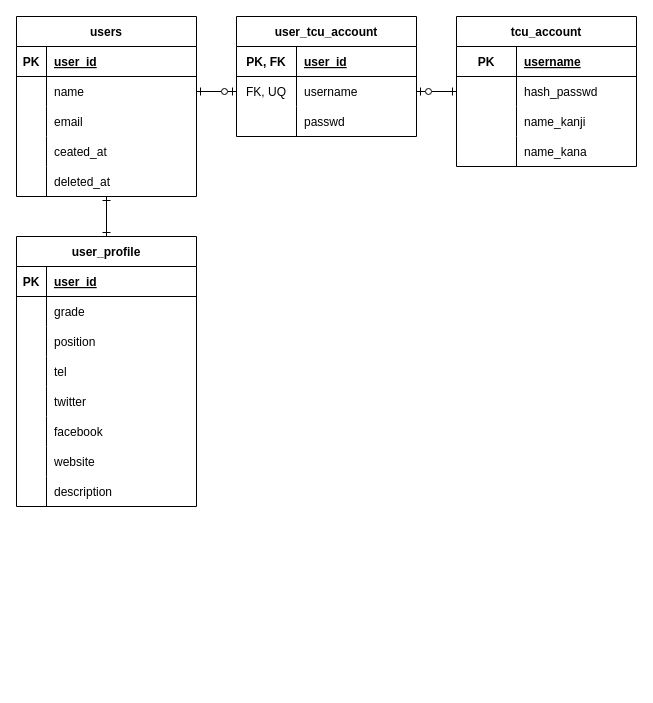
Before: db/er_user.drawio in ta1fukawa/lab-portal, a draw.io diagram. Source tidied: cells renumbered, new cells numbered last; positions are measured from the earlier drawing's top-left corner, leaving out a move shared by most shapes. Both pictures are drawn from the tidied source at 100%, with x=0, y=0 at pixel (16, 16).
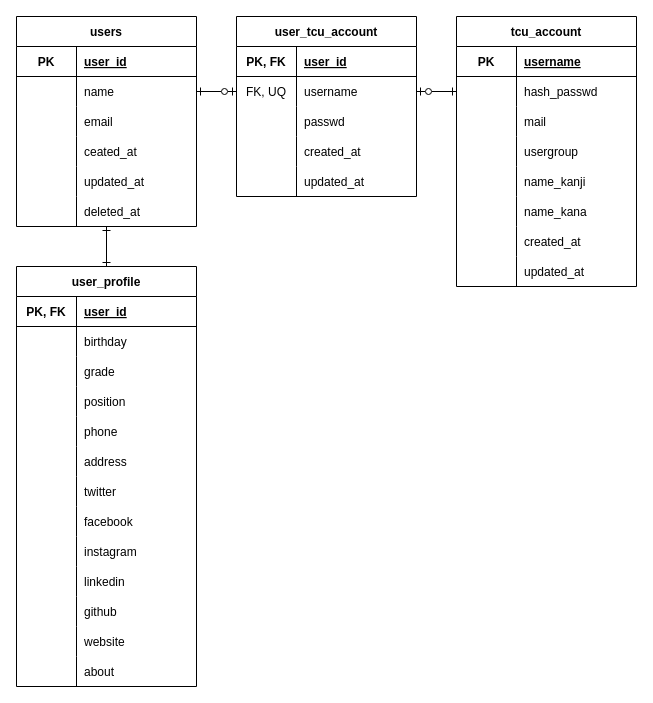
The same diagram, later.

Unchanged cells that the change refers to:
```xml
<mxCell id="4" style="shape=partialRectangle;fillColor=none;top=0;left=0;bottom=1;right=0;" parent="3" vertex="1">
  <mxGeometry y="30" width="180" height="30" as="geometry" />
</mxCell>
<mxCell id="7" style="shape=partialRectangle;fillColor=none;top=0;left=0;bottom=0;right=0;points=[[0,0.5],[1,0.5]];portConstraint=eastwest;" parent="3" vertex="1">
  <mxGeometry y="60" width="180" height="30" as="geometry" />
</mxCell>
<mxCell id="10" style="shape=partialRectangle;fillColor=none;top=0;left=0;bottom=0;right=0;" parent="3" vertex="1">
  <mxGeometry y="90" width="180" height="30" as="geometry" />
</mxCell>
<mxCell id="13" style="shape=partialRectangle;fillColor=none;top=0;left=0;bottom=0;right=0;" parent="3" vertex="1">
  <mxGeometry y="120" width="180" height="30" as="geometry" />
</mxCell>
<mxCell id="45" style="shape=partialRectangle;fillColor=none;top=0;left=0;bottom=1;right=0;" parent="44" vertex="1">
  <mxGeometry y="30" width="180" height="30" as="geometry" />
</mxCell>
```

The edit, as a diff of the source:
```diff
@@
     <mxCell id="3" value="users" style="shape=table;startSize=30;childLayout=tableLayout;rowLines=0;fontStyle=1;align=center;" parent="1" vertex="1">
-      <mxGeometry width="180" height="180" as="geometry" />
+      <mxGeometry width="180" height="210" as="geometry" />
     </mxCell>
@@
     <mxCell id="5" value="PK" style="shape=partialRectangle;fillColor=none;top=0;left=0;bottom=0;right=0;fontStyle=1;overflow=hidden;" parent="4" vertex="1">
-      <mxGeometry width="30" height="30" as="geometry" />
+      <mxGeometry width="60" height="30" as="geometry" />
     </mxCell>
     <mxCell id="6" value="user_id" style="shape=partialRectangle;fillColor=none;top=0;left=0;bottom=0;right=0;align=left;spacingLeft=6;fontStyle=5;overflow=hidden;" parent="4" vertex="1">
-      <mxGeometry x="30" width="150" height="30" as="geometry" />
+      <mxGeometry x="60" width="120" height="30" as="geometry" />
     </mxCell>
@@
     <mxCell id="8" style="shape=partialRectangle;fillColor=none;top=0;left=0;bottom=0;right=0;overflow=hidden;" parent="7" vertex="1">
-      <mxGeometry width="30" height="30" as="geometry" />
+      <mxGeometry width="60" height="30" as="geometry" />
     </mxCell>
     <mxCell id="9" value="name" style="shape=partialRectangle;fillColor=none;top=0;left=0;bottom=0;right=0;align=left;spacingLeft=6;overflow=hidden;" parent="7" vertex="1">
-      <mxGeometry x="30" width="150" height="30" as="geometry" />
+      <mxGeometry x="60" width="120" height="30" as="geometry" />
     </mxCell>
@@
     <mxCell id="11" style="shape=partialRectangle;fillColor=none;top=0;left=0;bottom=0;right=0;overflow=hidden;" parent="10" vertex="1">
-      <mxGeometry width="30" height="30" as="geometry" />
+      <mxGeometry width="60" height="30" as="geometry" />
     </mxCell>
     <mxCell id="12" value="email" style="shape=partialRectangle;fillColor=none;top=0;left=0;bottom=0;right=0;align=left;spacingLeft=6;overflow=hidden;" parent="10" vertex="1">
-      <mxGeometry x="30" width="150" height="30" as="geometry" />
+      <mxGeometry x="60" width="120" height="30" as="geometry" />
     </mxCell>
@@
     <mxCell id="14" style="shape=partialRectangle;fillColor=none;top=0;left=0;bottom=0;right=0;overflow=hidden;" parent="13" vertex="1">
-      <mxGeometry width="30" height="30" as="geometry" />
+      <mxGeometry width="60" height="30" as="geometry" />
     </mxCell>
     <mxCell id="15" value="ceated_at" style="shape=partialRectangle;fillColor=none;top=0;left=0;bottom=0;right=0;align=left;spacingLeft=6;overflow=hidden;" parent="13" vertex="1">
-      <mxGeometry x="30" width="150" height="30" as="geometry" />
+      <mxGeometry x="60" width="120" height="30" as="geometry" />
     </mxCell>
+    <mxCell id="69" style="shape=partialRectangle;fillColor=none;top=0;left=0;bottom=0;right=0;" parent="3" vertex="1">
+      <mxGeometry y="150" width="180" height="30" as="geometry" />
+    </mxCell>
+    <mxCell id="70" style="shape=partialRectangle;fillColor=none;top=0;left=0;bottom=0;right=0;overflow=hidden;" parent="69" vertex="1">
+      <mxGeometry width="60" height="30" as="geometry" />
+    </mxCell>
+    <mxCell id="71" value="updated_at" style="shape=partialRectangle;fillColor=none;top=0;left=0;bottom=0;right=0;align=left;spacingLeft=6;overflow=hidden;" parent="69" vertex="1">
+      <mxGeometry x="60" width="120" height="30" as="geometry" />
+    </mxCell>
     <mxCell id="16" style="shape=partialRectangle;fillColor=none;top=0;left=0;bottom=0;right=0;" parent="3" vertex="1">
-      <mxGeometry y="150" width="180" height="30" as="geometry" />
+      <mxGeometry y="180" width="180" height="30" as="geometry" />
     </mxCell>
     <mxCell id="17" style="shape=partialRectangle;fillColor=none;top=0;left=0;bottom=0;right=0;overflow=hidden;" parent="16" vertex="1">
-      <mxGeometry width="30" height="30" as="geometry" />
+      <mxGeometry width="60" height="30" as="geometry" />
     </mxCell>
     <mxCell id="18" value="deleted_at" style="shape=partialRectangle;fillColor=none;top=0;left=0;bottom=0;right=0;align=left;spacingLeft=6;overflow=hidden;" parent="16" vertex="1">
-      <mxGeometry x="30" width="150" height="30" as="geometry" />
+      <mxGeometry x="60" width="120" height="30" as="geometry" />
     </mxCell>
     <mxCell id="19" value="user_tcu_account" style="shape=table;startSize=30;childLayout=tableLayout;rowLines=0;fontStyle=1;align=center;" parent="1" vertex="1">
-      <mxGeometry x="220" width="180" height="120" as="geometry" />
+      <mxGeometry x="220" width="180" height="180" as="geometry" />
     </mxCell>
@@
+    <mxCell id="72" style="shape=partialRectangle;fillColor=none;top=0;left=0;bottom=0;right=0;" parent="19" vertex="1">
+      <mxGeometry y="120" width="180" height="30" as="geometry" />
+    </mxCell>
+    <mxCell id="73" style="shape=partialRectangle;fillColor=none;top=0;left=0;bottom=0;right=0;overflow=hidden;" parent="72" vertex="1">
+      <mxGeometry width="60" height="30" as="geometry" />
+    </mxCell>
+    <mxCell id="74" value="created_at" style="shape=partialRectangle;fillColor=none;top=0;left=0;bottom=0;right=0;align=left;spacingLeft=6;overflow=hidden;" parent="72" vertex="1">
+      <mxGeometry x="60" width="120" height="30" as="geometry" />
+    </mxCell>
+    <mxCell id="75" style="shape=partialRectangle;fillColor=none;top=0;left=0;bottom=0;right=0;" parent="19" vertex="1">
+      <mxGeometry y="150" width="180" height="30" as="geometry" />
+    </mxCell>
+    <mxCell id="76" style="shape=partialRectangle;fillColor=none;top=0;left=0;bottom=0;right=0;overflow=hidden;" parent="75" vertex="1">
+      <mxGeometry width="60" height="30" as="geometry" />
+    </mxCell>
+    <mxCell id="77" value="updated_at" style="shape=partialRectangle;fillColor=none;top=0;left=0;bottom=0;right=0;align=left;spacingLeft=6;overflow=hidden;" parent="75" vertex="1">
+      <mxGeometry x="60" width="120" height="30" as="geometry" />
+    </mxCell>
@@
     <mxCell id="30" value="tcu_account" style="shape=table;startSize=30;childLayout=tableLayout;rowLines=0;fontStyle=1;align=center;" parent="1" vertex="1">
-      <mxGeometry x="440" width="180" height="150" as="geometry" />
+      <mxGeometry x="440" width="180" height="270" as="geometry" />
     </mxCell>
@@
+    <mxCell id="78" style="shape=partialRectangle;fillColor=none;top=0;left=0;bottom=0;right=0;" parent="30" vertex="1">
+      <mxGeometry y="90" width="180" height="30" as="geometry" />
+    </mxCell>
+    <mxCell id="79" style="shape=partialRectangle;fillColor=none;top=0;left=0;bottom=0;right=0;overflow=hidden;" parent="78" vertex="1">
+      <mxGeometry width="60" height="30" as="geometry" />
+    </mxCell>
+    <mxCell id="80" value="mail" style="shape=partialRectangle;fillColor=none;top=0;left=0;bottom=0;right=0;align=left;spacingLeft=6;overflow=hidden;" parent="78" vertex="1">
+      <mxGeometry x="60" width="120" height="30" as="geometry" />
+    </mxCell>
+    <mxCell id="81" style="shape=partialRectangle;fillColor=none;top=0;left=0;bottom=0;right=0;" parent="30" vertex="1">
+      <mxGeometry y="120" width="180" height="30" as="geometry" />
+    </mxCell>
+    <mxCell id="82" style="shape=partialRectangle;fillColor=none;top=0;left=0;bottom=0;right=0;overflow=hidden;" parent="81" vertex="1">
+      <mxGeometry width="60" height="30" as="geometry" />
+    </mxCell>
+    <mxCell id="83" value="usergroup" style="shape=partialRectangle;fillColor=none;top=0;left=0;bottom=0;right=0;align=left;spacingLeft=6;overflow=hidden;" parent="81" vertex="1">
+      <mxGeometry x="60" width="120" height="30" as="geometry" />
+    </mxCell>
     <mxCell id="37" style="shape=partialRectangle;fillColor=none;top=0;left=0;bottom=0;right=0;" parent="30" vertex="1">
-      <mxGeometry y="90" width="180" height="30" as="geometry" />
+      <mxGeometry y="150" width="180" height="30" as="geometry" />
     </mxCell>
@@
     <mxCell id="40" style="shape=partialRectangle;fillColor=none;top=0;left=0;bottom=0;right=0;" parent="30" vertex="1">
-      <mxGeometry y="120" width="180" height="30" as="geometry" />
+      <mxGeometry y="180" width="180" height="30" as="geometry" />
     </mxCell>
@@
+    <mxCell id="84" style="shape=partialRectangle;fillColor=none;top=0;left=0;bottom=0;right=0;" parent="30" vertex="1">
+      <mxGeometry y="210" width="180" height="30" as="geometry" />
+    </mxCell>
+    <mxCell id="85" style="shape=partialRectangle;fillColor=none;top=0;left=0;bottom=0;right=0;overflow=hidden;" parent="84" vertex="1">
+      <mxGeometry width="60" height="30" as="geometry" />
+    </mxCell>
+    <mxCell id="86" value="created_at" style="shape=partialRectangle;fillColor=none;top=0;left=0;bottom=0;right=0;align=left;spacingLeft=6;overflow=hidden;" parent="84" vertex="1">
+      <mxGeometry x="60" width="120" height="30" as="geometry" />
+    </mxCell>
+    <mxCell id="87" style="shape=partialRectangle;fillColor=none;top=0;left=0;bottom=0;right=0;" parent="30" vertex="1">
+      <mxGeometry y="240" width="180" height="30" as="geometry" />
+    </mxCell>
+    <mxCell id="88" style="shape=partialRectangle;fillColor=none;top=0;left=0;bottom=0;right=0;overflow=hidden;" parent="87" vertex="1">
+      <mxGeometry width="60" height="30" as="geometry" />
+    </mxCell>
+    <mxCell id="89" value="updated_at" style="shape=partialRectangle;fillColor=none;top=0;left=0;bottom=0;right=0;align=left;spacingLeft=6;overflow=hidden;" parent="87" vertex="1">
+      <mxGeometry x="60" width="120" height="30" as="geometry" />
+    </mxCell>
@@
     <mxCell id="44" value="user_profile" style="shape=table;startSize=30;childLayout=tableLayout;rowLines=0;fontStyle=1;align=center;" parent="1" vertex="1">
-      <mxGeometry y="220" width="180" height="270" as="geometry" />
+      <mxGeometry y="250" width="180" height="420" as="geometry" />
     </mxCell>
@@
-    <mxCell id="46" value="PK" style="shape=partialRectangle;fillColor=none;top=0;left=0;bottom=0;right=0;fontStyle=1;overflow=hidden;" parent="45" vertex="1">
-      <mxGeometry width="30" height="30" as="geometry" />
+    <mxCell id="46" value="PK, FK" style="shape=partialRectangle;fillColor=none;top=0;left=0;bottom=0;right=0;fontStyle=1;overflow=hidden;" parent="45" vertex="1">
+      <mxGeometry width="60" height="30" as="geometry" />
     </mxCell>
     <mxCell id="47" value="user_id" style="shape=partialRectangle;fillColor=none;top=0;left=0;bottom=0;right=0;align=left;spacingLeft=6;fontStyle=5;overflow=hidden;" parent="45" vertex="1">
-      <mxGeometry x="30" width="150" height="30" as="geometry" />
+      <mxGeometry x="60" width="120" height="30" as="geometry" />
     </mxCell>
+    <mxCell id="90" style="shape=partialRectangle;fillColor=none;top=0;left=0;bottom=0;right=0;" parent="44" vertex="1">
+      <mxGeometry y="60" width="180" height="30" as="geometry" />
+    </mxCell>
+    <mxCell id="91" style="shape=partialRectangle;fillColor=none;top=0;left=0;bottom=0;right=0;overflow=hidden;" parent="90" vertex="1">
+      <mxGeometry width="60" height="30" as="geometry" />
+    </mxCell>
+    <mxCell id="92" value="birthday" style="shape=partialRectangle;fillColor=none;top=0;left=0;bottom=0;right=0;align=left;spacingLeft=6;overflow=hidden;" parent="90" vertex="1">
+      <mxGeometry x="60" width="120" height="30" as="geometry" />
+    </mxCell>
     <mxCell id="48" style="shape=partialRectangle;fillColor=none;top=0;left=0;bottom=0;right=0;" parent="44" vertex="1">
-      <mxGeometry y="60" width="180" height="30" as="geometry" />
+      <mxGeometry y="90" width="180" height="30" as="geometry" />
     </mxCell>
     <mxCell id="49" style="shape=partialRectangle;fillColor=none;top=0;left=0;bottom=0;right=0;overflow=hidden;" parent="48" vertex="1">
-      <mxGeometry width="30" height="30" as="geometry" />
+      <mxGeometry width="60" height="30" as="geometry" />
     </mxCell>
     <mxCell id="50" value="grade" style="shape=partialRectangle;fillColor=none;top=0;left=0;bottom=0;right=0;align=left;spacingLeft=6;overflow=hidden;" parent="48" vertex="1">
-      <mxGeometry x="30" width="150" height="30" as="geometry" />
+      <mxGeometry x="60" width="120" height="30" as="geometry" />
     </mxCell>
     <mxCell id="51" style="shape=partialRectangle;fillColor=none;top=0;left=0;bottom=0;right=0;" parent="44" vertex="1">
-      <mxGeometry y="90" width="180" height="30" as="geometry" />
+      <mxGeometry y="120" width="180" height="30" as="geometry" />
     </mxCell>
     <mxCell id="52" style="shape=partialRectangle;fillColor=none;top=0;left=0;bottom=0;right=0;overflow=hidden;" parent="51" vertex="1">
-      <mxGeometry width="30" height="30" as="geometry" />
+      <mxGeometry width="60" height="30" as="geometry" />
     </mxCell>
     <mxCell id="53" value="position" style="shape=partialRectangle;fillColor=none;top=0;left=0;bottom=0;right=0;align=left;spacingLeft=6;overflow=hidden;" parent="51" vertex="1">
-      <mxGeometry x="30" width="150" height="30" as="geometry" />
+      <mxGeometry x="60" width="120" height="30" as="geometry" />
     </mxCell>
     <mxCell id="54" style="shape=partialRectangle;fillColor=none;top=0;left=0;bottom=0;right=0;" parent="44" vertex="1">
-      <mxGeometry y="120" width="180" height="30" as="geometry" />
+      <mxGeometry y="150" width="180" height="30" as="geometry" />
     </mxCell>
     <mxCell id="55" style="shape=partialRectangle;fillColor=none;top=0;left=0;bottom=0;right=0;overflow=hidden;" parent="54" vertex="1">
-      <mxGeometry width="30" height="30" as="geometry" />
+      <mxGeometry width="60" height="30" as="geometry" />
     </mxCell>
-    <mxCell id="56" value="tel" style="shape=partialRectangle;fillColor=none;top=0;left=0;bottom=0;right=0;align=left;spacingLeft=6;overflow=hidden;" parent="54" vertex="1">
-      <mxGeometry x="30" width="150" height="30" as="geometry" />
+    <mxCell id="56" value="phone" style="shape=partialRectangle;fillColor=none;top=0;left=0;bottom=0;right=0;align=left;spacingLeft=6;overflow=hidden;" parent="54" vertex="1">
+      <mxGeometry x="60" width="120" height="30" as="geometry" />
     </mxCell>
+    <mxCell id="93" style="shape=partialRectangle;fillColor=none;top=0;left=0;bottom=0;right=0;" parent="44" vertex="1">
+      <mxGeometry y="180" width="180" height="30" as="geometry" />
+    </mxCell>
+    <mxCell id="94" style="shape=partialRectangle;fillColor=none;top=0;left=0;bottom=0;right=0;overflow=hidden;" parent="93" vertex="1">
+      <mxGeometry width="60" height="30" as="geometry" />
+    </mxCell>
+    <mxCell id="95" value="address" style="shape=partialRectangle;fillColor=none;top=0;left=0;bottom=0;right=0;align=left;spacingLeft=6;overflow=hidden;" parent="93" vertex="1">
+      <mxGeometry x="60" width="120" height="30" as="geometry" />
+    </mxCell>
     <mxCell id="57" style="shape=partialRectangle;fillColor=none;top=0;left=0;bottom=0;right=0;" parent="44" vertex="1">
-      <mxGeometry y="150" width="180" height="30" as="geometry" />
+      <mxGeometry y="210" width="180" height="30" as="geometry" />
     </mxCell>
     <mxCell id="58" style="shape=partialRectangle;fillColor=none;top=0;left=0;bottom=0;right=0;overflow=hidden;" parent="57" vertex="1">
-      <mxGeometry width="30" height="30" as="geometry" />
+      <mxGeometry width="60" height="30" as="geometry" />
     </mxCell>
     <mxCell id="59" value="twitter" style="shape=partialRectangle;fillColor=none;top=0;left=0;bottom=0;right=0;align=left;spacingLeft=6;overflow=hidden;" parent="57" vertex="1">
-      <mxGeometry x="30" width="150" height="30" as="geometry" />
+      <mxGeometry x="60" width="120" height="30" as="geometry" />
     </mxCell>
     <mxCell id="60" style="shape=partialRectangle;fillColor=none;top=0;left=0;bottom=0;right=0;" parent="44" vertex="1">
-      <mxGeometry y="180" width="180" height="30" as="geometry" />
+      <mxGeometry y="240" width="180" height="30" as="geometry" />
     </mxCell>
     <mxCell id="61" style="shape=partialRectangle;fillColor=none;top=0;left=0;bottom=0;right=0;overflow=hidden;" parent="60" vertex="1">
-      <mxGeometry width="30" height="30" as="geometry" />
+      <mxGeometry width="60" height="30" as="geometry" />
     </mxCell>
     <mxCell id="62" value="facebook" style="shape=partialRectangle;fillColor=none;top=0;left=0;bottom=0;right=0;align=left;spacingLeft=6;overflow=hidden;" parent="60" vertex="1">
-      <mxGeometry x="30" width="150" height="30" as="geometry" />
+      <mxGeometry x="60" width="120" height="30" as="geometry" />
     </mxCell>
+    <mxCell id="96" style="shape=partialRectangle;fillColor=none;top=0;left=0;bottom=0;right=0;" parent="44" vertex="1">
+      <mxGeometry y="270" width="180" height="30" as="geometry" />
+    </mxCell>
+    <mxCell id="97" style="shape=partialRectangle;fillColor=none;top=0;left=0;bottom=0;right=0;overflow=hidden;" parent="96" vertex="1">
+      <mxGeometry width="60" height="30" as="geometry" />
+    </mxCell>
+    <mxCell id="98" value="instagram" style="shape=partialRectangle;fillColor=none;top=0;left=0;bottom=0;right=0;align=left;spacingLeft=6;overflow=hidden;" parent="96" vertex="1">
+      <mxGeometry x="60" width="120" height="30" as="geometry" />
+    </mxCell>
+    <mxCell id="99" style="shape=partialRectangle;fillColor=none;top=0;left=0;bottom=0;right=0;" parent="44" vertex="1">
+      <mxGeometry y="300" width="180" height="30" as="geometry" />
+    </mxCell>
+    <mxCell id="100" style="shape=partialRectangle;fillColor=none;top=0;left=0;bottom=0;right=0;overflow=hidden;" parent="99" vertex="1">
+      <mxGeometry width="60" height="30" as="geometry" />
+    </mxCell>
+    <mxCell id="101" value="linkedin" style="shape=partialRectangle;fillColor=none;top=0;left=0;bottom=0;right=0;align=left;spacingLeft=6;overflow=hidden;" parent="99" vertex="1">
+      <mxGeometry x="60" width="120" height="30" as="geometry" />
+    </mxCell>
+    <mxCell id="102" style="shape=partialRectangle;fillColor=none;top=0;left=0;bottom=0;right=0;" parent="44" vertex="1">
+      <mxGeometry y="330" width="180" height="30" as="geometry" />
+    </mxCell>
+    <mxCell id="103" style="shape=partialRectangle;fillColor=none;top=0;left=0;bottom=0;right=0;overflow=hidden;" parent="102" vertex="1">
+      <mxGeometry width="60" height="30" as="geometry" />
+    </mxCell>
+    <mxCell id="104" value="github" style="shape=partialRectangle;fillColor=none;top=0;left=0;bottom=0;right=0;align=left;spacingLeft=6;overflow=hidden;" parent="102" vertex="1">
+      <mxGeometry x="60" width="120" height="30" as="geometry" />
+    </mxCell>
     <mxCell id="63" style="shape=partialRectangle;fillColor=none;top=0;left=0;bottom=0;right=0;" parent="44" vertex="1">
-      <mxGeometry y="210" width="180" height="30" as="geometry" />
+      <mxGeometry y="360" width="180" height="30" as="geometry" />
     </mxCell>
     <mxCell id="64" style="shape=partialRectangle;fillColor=none;top=0;left=0;bottom=0;right=0;overflow=hidden;" parent="63" vertex="1">
-      <mxGeometry width="30" height="30" as="geometry" />
+      <mxGeometry width="60" height="30" as="geometry" />
     </mxCell>
     <mxCell id="65" value="website" style="shape=partialRectangle;fillColor=none;top=0;left=0;bottom=0;right=0;align=left;spacingLeft=6;overflow=hidden;" parent="63" vertex="1">
-      <mxGeometry x="30" width="150" height="30" as="geometry" />
+      <mxGeometry x="60" width="120" height="30" as="geometry" />
     </mxCell>
     <mxCell id="66" style="shape=partialRectangle;fillColor=none;top=0;left=0;bottom=0;right=0;" parent="44" vertex="1">
-      <mxGeometry y="240" width="180" height="30" as="geometry" />
+      <mxGeometry y="390" width="180" height="30" as="geometry" />
     </mxCell>
     <mxCell id="67" style="shape=partialRectangle;fillColor=none;top=0;left=0;bottom=0;right=0;overflow=hidden;" parent="66" vertex="1">
-      <mxGeometry width="30" height="30" as="geometry" />
+      <mxGeometry width="60" height="30" as="geometry" />
     </mxCell>
-    <mxCell id="68" value="description" style="shape=partialRectangle;fillColor=none;top=0;left=0;bottom=0;right=0;align=left;spacingLeft=6;overflow=hidden;" parent="66" vertex="1">
-      <mxGeometry x="30" width="150" height="30" as="geometry" />
+    <mxCell id="68" value="about" style="shape=partialRectangle;fillColor=none;top=0;left=0;bottom=0;right=0;align=left;spacingLeft=6;overflow=hidden;" parent="66" vertex="1">
+      <mxGeometry x="60" width="120" height="30" as="geometry" />
     </mxCell>
```
